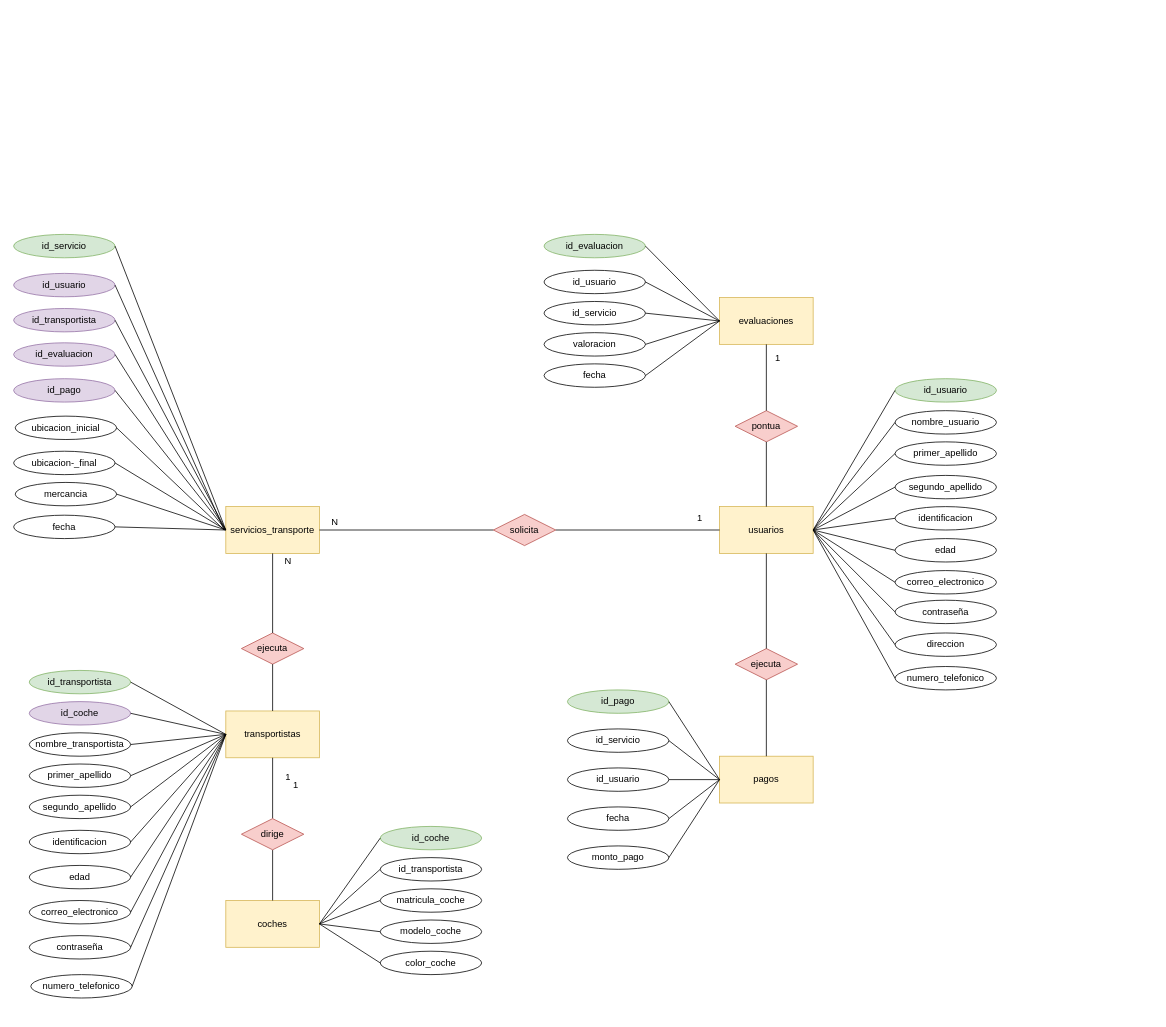
Above: Diagrama sin título.drawio in projects-assignments/mudapp-grupo-3 (draw.io), before the change. Source tidied: cells renumbered, new cells numbered last; positions are measured from the earlier drawing's top-left corner, leaving out a move shared by most shapes. Both pictures are drawn from the tidied source at 78%, with x=0, y=0 at pixel (13, 234).
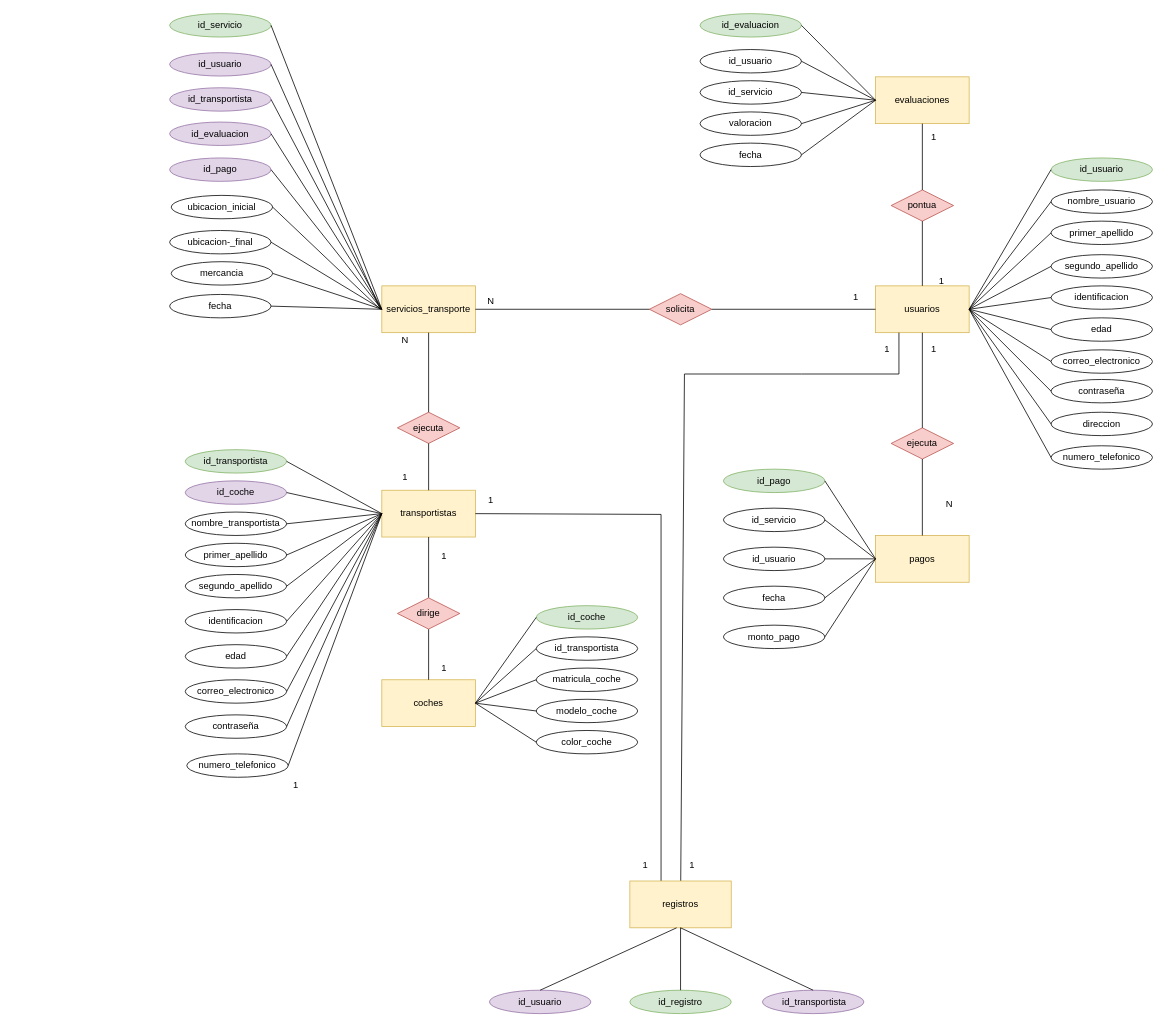
The same page after the edit.

Unchanged cells that the change refers to:
```xml
<mxCell id="5" value="transportistas" style="rounded=0;whiteSpace=wrap;html=1;labelBackgroundColor=none;fillColor=#fff2cc;strokeColor=#d6b656;" parent="2" vertex="1">
  <mxGeometry x="272" y="611" width="120" height="60" as="geometry" />
</mxCell>
<mxCell id="7" value="usuarios" style="rounded=0;whiteSpace=wrap;html=1;labelBackgroundColor=none;fillColor=#fff2cc;strokeColor=#d6b656;" parent="2" vertex="1">
  <mxGeometry x="905" y="349" width="120" height="60" as="geometry" />
</mxCell>
```

Change to the diagram source:
```diff
@@
     <mxCell id="2" style="group;" parent="1" vertex="1">
-      <mxGeometry width="1260" height="979" as="geometry" />
+      <mxGeometry x="200" y="-283" width="1260" height="979" as="geometry" />
     </mxCell>
@@
     <mxCell id="13" value="N" style="text;html=1;strokeColor=none;fillColor=none;align=center;verticalAlign=middle;whiteSpace=wrap;rounded=0;labelBackgroundColor=none;" parent="2" vertex="1">
-      <mxGeometry x="342" y="409" width="20" height="20" as="geometry" />
+      <mxGeometry x="292" y="409" width="20" height="20" as="geometry" />
     </mxCell>
@@
+    <mxCell id="118" value="1" style="text;html=1;strokeColor=none;fillColor=none;align=center;verticalAlign=middle;whiteSpace=wrap;rounded=0;labelBackgroundColor=none;" parent="2" vertex="1">
+      <mxGeometry x="402" y="614" width="20" height="20" as="geometry" />
+    </mxCell>
+    <mxCell id="119" value="1" style="text;html=1;strokeColor=none;fillColor=none;align=center;verticalAlign=middle;whiteSpace=wrap;rounded=0;labelBackgroundColor=none;" parent="2" vertex="1">
+      <mxGeometry x="910" y="420" width="20" height="20" as="geometry" />
+    </mxCell>
+    <mxCell id="120" value="1" style="text;html=1;strokeColor=none;fillColor=none;align=center;verticalAlign=middle;whiteSpace=wrap;rounded=0;labelBackgroundColor=none;" parent="2" vertex="1">
+      <mxGeometry x="970" y="420" width="20" height="20" as="geometry" />
+    </mxCell>
+    <mxCell id="121" value="1" style="text;html=1;strokeColor=none;fillColor=none;align=center;verticalAlign=middle;whiteSpace=wrap;rounded=0;labelBackgroundColor=none;" parent="2" vertex="1">
+      <mxGeometry x="980" y="333" width="20" height="20" as="geometry" />
+    </mxCell>
+    <mxCell id="122" value="N" style="text;html=1;strokeColor=none;fillColor=none;align=center;verticalAlign=middle;whiteSpace=wrap;rounded=0;labelBackgroundColor=none;" parent="2" vertex="1">
+      <mxGeometry x="990" y="619" width="20" height="20" as="geometry" />
+    </mxCell>
+    <mxCell id="123" value="1" style="text;html=1;strokeColor=none;fillColor=none;align=center;verticalAlign=middle;whiteSpace=wrap;rounded=0;labelBackgroundColor=none;" parent="2" vertex="1">
+      <mxGeometry x="292" y="584" width="20" height="20" as="geometry" />
+    </mxCell>
+    <mxCell id="124" value="1" style="text;html=1;strokeColor=none;fillColor=none;align=center;verticalAlign=middle;whiteSpace=wrap;rounded=0;labelBackgroundColor=none;" parent="2" vertex="1">
+      <mxGeometry x="342" y="829" width="20" height="20" as="geometry" />
+    </mxCell>
@@
+    <mxCell id="125" value="&amp;nbsp;id_transportista" style="ellipse;whiteSpace=wrap;html=1;labelBackgroundColor=none;fillColor=#e1d5e7;strokeColor=#9673a6;" parent="1" vertex="1">
+      <mxGeometry x="960" y="969" width="130" height="30" as="geometry" />
+    </mxCell>
+    <mxCell id="126" style="endArrow=none;html=1;rounded=0;exitX=1;exitY=0.5;exitDx=0;exitDy=0;" parent="1" edge="1" source="5">
+      <mxGeometry relative="1" as="geometry">
+        <mxPoint x="830" y="829" as="targetPoint" />
+        <Array as="points">
+          <mxPoint x="830" y="359" />
+        </Array>
+      </mxGeometry>
+    </mxCell>
+    <mxCell id="127" style="endArrow=none;html=1;rounded=0;entryX=0.25;entryY=1;entryDx=0;entryDy=0;" parent="1" edge="1" source="128" target="7">
+      <mxGeometry relative="1" as="geometry">
+        <Array as="points">
+          <mxPoint x="860" y="179" />
+          <mxPoint x="1010" y="179" />
+          <mxPoint x="1135" y="179" />
+        </Array>
+      </mxGeometry>
+    </mxCell>
+    <mxCell id="128" value="registros" style="rounded=0;whiteSpace=wrap;html=1;labelBackgroundColor=none;fillColor=#fff2cc;strokeColor=#d6b656;" parent="1" vertex="1">
+      <mxGeometry x="790" y="829" width="130" height="60" as="geometry" />
+    </mxCell>
+    <mxCell id="129" value="id_usuario" style="ellipse;whiteSpace=wrap;html=1;labelBackgroundColor=none;fillColor=#e1d5e7;strokeColor=#9673a6;" parent="1" vertex="1">
+      <mxGeometry x="610" y="969" width="130" height="30" as="geometry" />
+    </mxCell>
+    <mxCell id="130" value="id_registro" style="ellipse;whiteSpace=wrap;html=1;labelBackgroundColor=none;fillColor=#d5e8d4;strokeColor=#82b366;" parent="1" vertex="1">
+      <mxGeometry x="790" y="969" width="130" height="30" as="geometry" />
+    </mxCell>
+    <mxCell id="131" style="endArrow=none;html=1;rounded=0;exitX=0.5;exitY=0;exitDx=0;exitDy=0;entryX=0.5;entryY=0;entryDx=0;entryDy=0;" parent="1" edge="1" source="130" target="125">
+      <mxGeometry relative="1" as="geometry">
+        <Array as="points">
+          <mxPoint x="855" y="889" />
+        </Array>
+      </mxGeometry>
+    </mxCell>
+    <mxCell id="132" style="endArrow=none;html=1;rounded=0;exitX=0.5;exitY=0;exitDx=0;exitDy=0;" parent="1" edge="1" source="129">
+      <mxGeometry relative="1" as="geometry">
+        <mxPoint x="850" y="889" as="targetPoint" />
+      </mxGeometry>
+    </mxCell>
+    <mxCell id="133" value="1" style="text;html=1;strokeColor=none;fillColor=none;align=center;verticalAlign=middle;whiteSpace=wrap;rounded=0;labelBackgroundColor=none;" parent="1" vertex="1">
+      <mxGeometry x="800" y="799" width="20" height="20" as="geometry" />
+    </mxCell>
+    <mxCell id="134" value="1" style="text;html=1;strokeColor=none;fillColor=none;align=center;verticalAlign=middle;whiteSpace=wrap;rounded=0;labelBackgroundColor=none;" parent="1" vertex="1">
+      <mxGeometry x="860" y="799" width="20" height="20" as="geometry" />
+    </mxCell>
```
